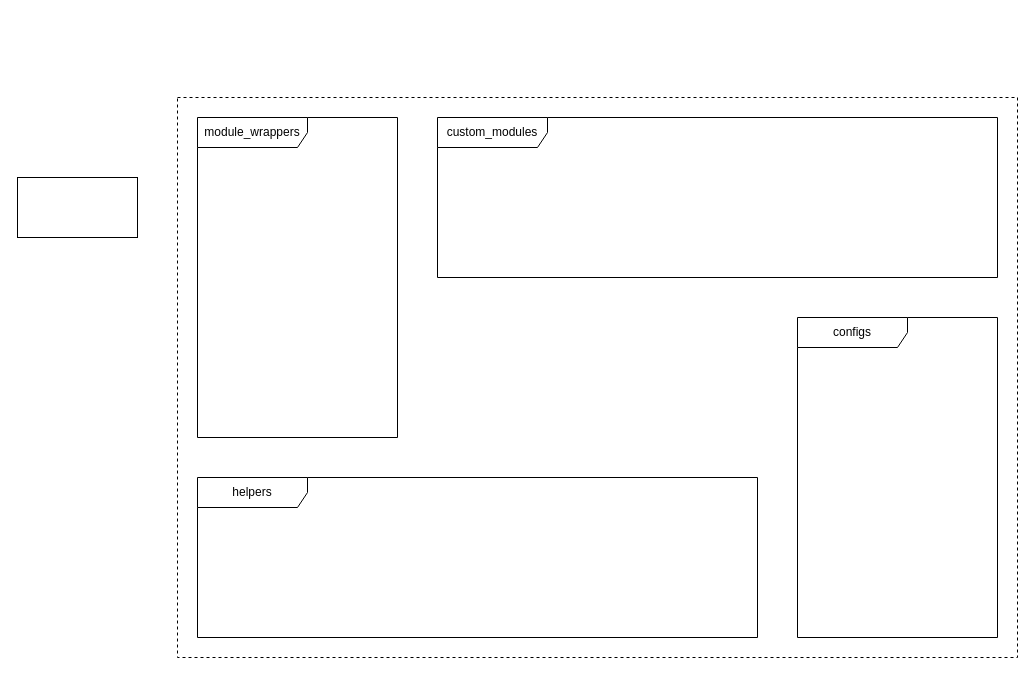
This is page "modular-architecture" (2 of 2) of a4d/github-leaked-creds.drawio from akshitsingla/drawio-diagrams, a draw.io file, before an edit. Source tidied: cells renumbered, new cells numbered last; positions are measured from the earlier drawing's top-left corner, leaving out a move shared by most shapes. Both pictures are drawn from the tidied source at 100%, with x=0, y=0 at pixel (17, 97).
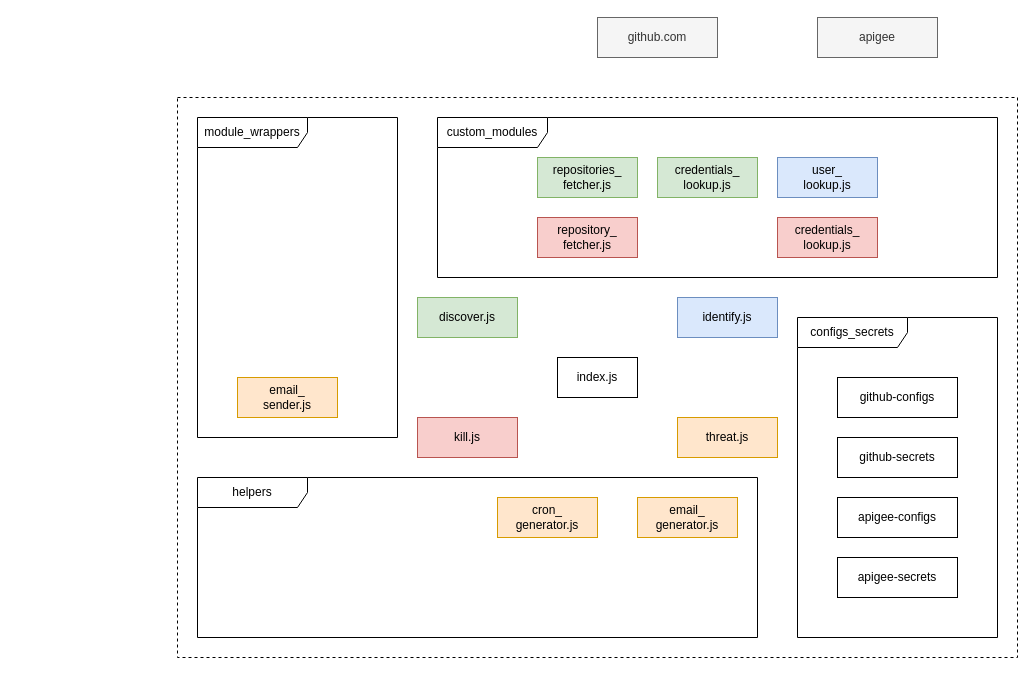
Above is the later version.

Change to the diagram source:
```diff
@@
-    <mxCell id="3" style="rounded=0;whiteSpace=wrap;html=1;fillColor=#ffffff;" parent="1" vertex="1">
-      <mxGeometry y="80" width="120" height="60" as="geometry" />
+    <mxCell id="3" value="github.com" style="rounded=0;whiteSpace=wrap;html=1;fillColor=#f5f5f5;strokeColor=#666666;fontColor=#333333;" parent="1" vertex="1">
+      <mxGeometry x="580" y="-80" width="120" height="40" as="geometry" />
     </mxCell>
@@
-    <mxCell id="5" value="configs" style="shape=umlFrame;whiteSpace=wrap;html=1;fillColor=#ffffff;width=110;height=30;" parent="1" vertex="1">
+    <mxCell id="5" value="configs_secrets" style="shape=umlFrame;whiteSpace=wrap;html=1;fillColor=#ffffff;width=110;height=30;" parent="1" vertex="1">
       <mxGeometry x="780" y="220" width="200" height="320" as="geometry" />
     </mxCell>
@@
+    <mxCell id="8" value="apigee" style="rounded=0;whiteSpace=wrap;html=1;fillColor=#f5f5f5;strokeColor=#666666;fontColor=#333333;" parent="1" vertex="1">
+      <mxGeometry x="800" y="-80" width="120" height="40" as="geometry" />
+    </mxCell>
+    <mxCell id="9" value="index.js" style="rounded=0;whiteSpace=wrap;html=1;" parent="1" vertex="1">
+      <mxGeometry x="540" y="260" width="80" height="40" as="geometry" />
+    </mxCell>
+    <mxCell id="10" value="discover.js" style="rounded=0;whiteSpace=wrap;html=1;fillColor=#d5e8d4;strokeColor=#82b366;" parent="1" vertex="1">
+      <mxGeometry x="400" y="200" width="100" height="40" as="geometry" />
+    </mxCell>
+    <mxCell id="11" value="identify.js" style="rounded=0;whiteSpace=wrap;html=1;fillColor=#dae8fc;strokeColor=#6c8ebf;" parent="1" vertex="1">
+      <mxGeometry x="660" y="200" width="100" height="40" as="geometry" />
+    </mxCell>
+    <mxCell id="12" value="threat.js" style="rounded=0;whiteSpace=wrap;html=1;fillColor=#ffe6cc;strokeColor=#d79b00;" parent="1" vertex="1">
+      <mxGeometry x="660" y="320" width="100" height="40" as="geometry" />
+    </mxCell>
+    <mxCell id="13" value="kill.js" style="rounded=0;whiteSpace=wrap;html=1;fillColor=#f8cecc;strokeColor=#b85450;" parent="1" vertex="1">
+      <mxGeometry x="400" y="320" width="100" height="40" as="geometry" />
+    </mxCell>
+    <mxCell id="14" value="github-configs" style="rounded=0;whiteSpace=wrap;html=1;fillColor=#ffffff;" parent="1" vertex="1">
+      <mxGeometry x="820" y="280" width="120" height="40" as="geometry" />
+    </mxCell>
+    <mxCell id="15" value="github-secrets" style="rounded=0;whiteSpace=wrap;html=1;fillColor=#ffffff;" parent="1" vertex="1">
+      <mxGeometry x="820" y="340" width="120" height="40" as="geometry" />
+    </mxCell>
+    <mxCell id="16" value="apigee-configs" style="rounded=0;whiteSpace=wrap;html=1;fillColor=#ffffff;" parent="1" vertex="1">
+      <mxGeometry x="820" y="400" width="120" height="40" as="geometry" />
+    </mxCell>
+    <mxCell id="17" value="apigee-secrets" style="rounded=0;whiteSpace=wrap;html=1;fillColor=#ffffff;" parent="1" vertex="1">
+      <mxGeometry x="820" y="460" width="120" height="40" as="geometry" />
+    </mxCell>
+    <mxCell id="18" value="repositories_&lt;br&gt;fetcher.js" style="rounded=0;whiteSpace=wrap;html=1;fillColor=#d5e8d4;strokeColor=#82b366;" parent="1" vertex="1">
+      <mxGeometry x="520" y="60" width="100" height="40" as="geometry" />
+    </mxCell>
+    <mxCell id="19" value="credentials_&lt;br&gt;lookup.js" style="rounded=0;whiteSpace=wrap;html=1;fillColor=#d5e8d4;strokeColor=#82b366;" parent="1" vertex="1">
+      <mxGeometry x="640" y="60" width="100" height="40" as="geometry" />
+    </mxCell>
+    <mxCell id="20" value="user_&lt;br&gt;lookup.js" style="rounded=0;whiteSpace=wrap;html=1;fillColor=#dae8fc;strokeColor=#6c8ebf;" parent="1" vertex="1">
+      <mxGeometry x="760" y="60" width="100" height="40" as="geometry" />
+    </mxCell>
+    <mxCell id="21" value="email_&lt;br&gt;generator.js" style="rounded=0;whiteSpace=wrap;html=1;fillColor=#ffe6cc;strokeColor=#d79b00;" parent="1" vertex="1">
+      <mxGeometry x="620" y="400" width="100" height="40" as="geometry" />
+    </mxCell>
+    <mxCell id="22" value="email_&lt;br&gt;sender.js" style="rounded=0;whiteSpace=wrap;html=1;fillColor=#ffe6cc;strokeColor=#d79b00;" parent="1" vertex="1">
+      <mxGeometry x="220" y="280" width="100" height="40" as="geometry" />
+    </mxCell>
+    <mxCell id="23" value="cron_&lt;br&gt;generator.js" style="rounded=0;whiteSpace=wrap;html=1;fillColor=#ffe6cc;strokeColor=#d79b00;" parent="1" vertex="1">
+      <mxGeometry x="480" y="400" width="100" height="40" as="geometry" />
+    </mxCell>
+    <mxCell id="24" value="repository_&lt;br&gt;fetcher.js" style="rounded=0;whiteSpace=wrap;html=1;fillColor=#f8cecc;strokeColor=#b85450;" parent="1" vertex="1">
+      <mxGeometry x="520" y="120" width="100" height="40" as="geometry" />
+    </mxCell>
+    <mxCell id="25" value="credentials_&lt;br&gt;lookup.js" style="rounded=0;whiteSpace=wrap;html=1;fillColor=#f8cecc;strokeColor=#b85450;" parent="1" vertex="1">
+      <mxGeometry x="760" y="120" width="100" height="40" as="geometry" />
+    </mxCell>
```
